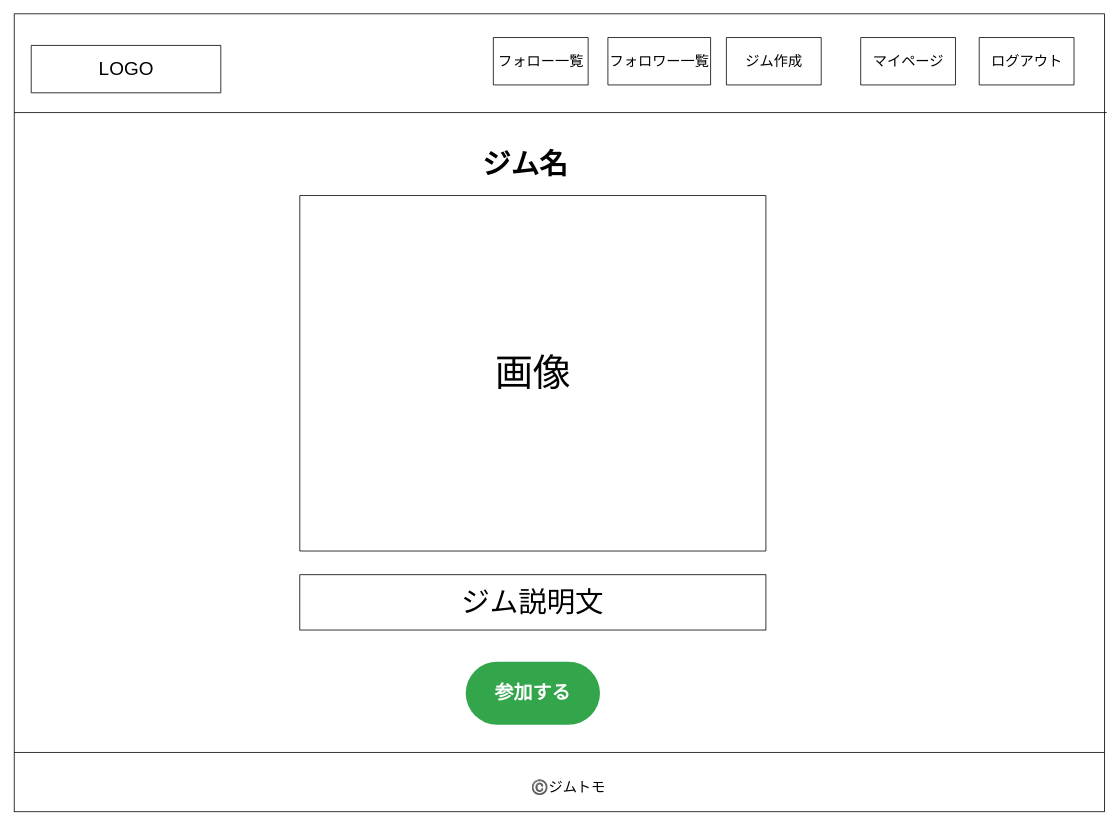
Before: page "ジム詳細" (7 of 10) of 名称未設定ファイル.drawio in 74905/kintore_app, a draw.io diagram. Source tidied: cells renumbered, new cells numbered last; positions are measured from the earlier drawing's top-left corner, leaving out a move shared by most shapes. Both pictures are drawn from the tidied source at 79%, with x=0, y=0 at pixel (13, 13).
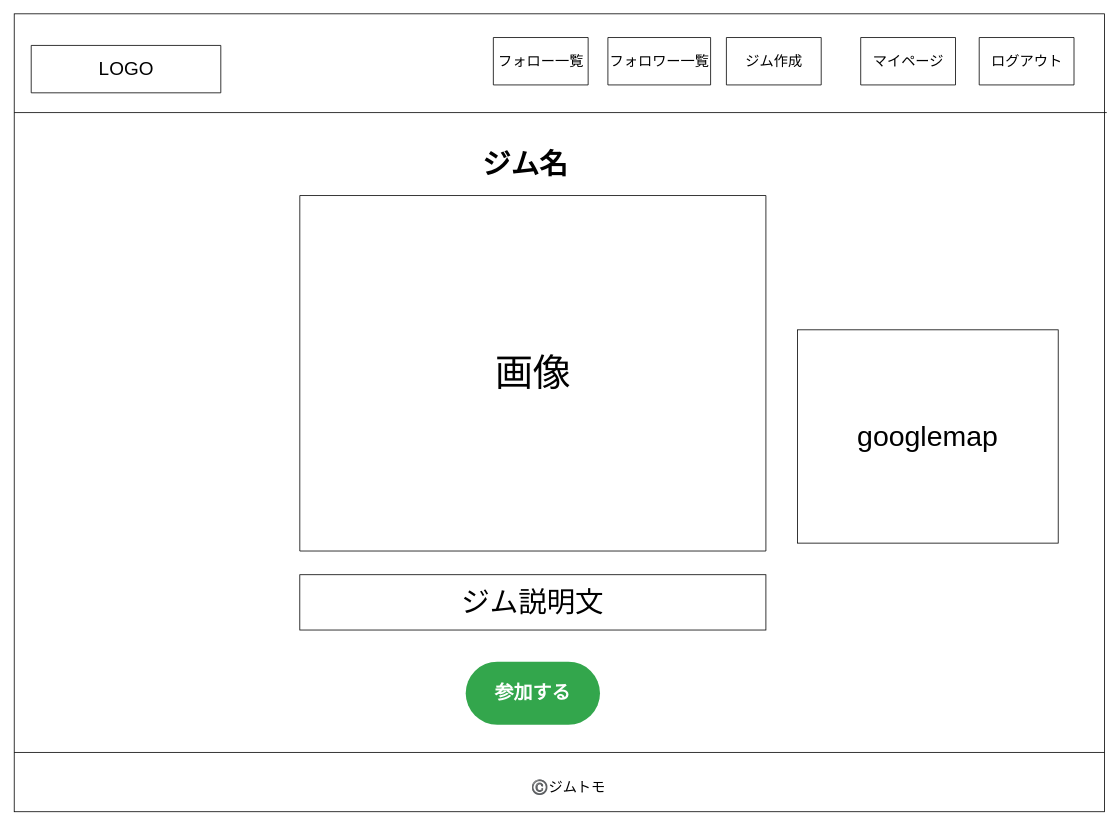
The same page after the edit.

Diff of the diagram source:
```diff
@@
 <mxGraphModel>
   <root>
     <mxCell id="0" />
     <mxCell id="1" parent="0" />
     <mxCell id="2" style="rounded=0;whiteSpace=wrap;html=1;fillColor=none;" parent="1" vertex="1">
       <mxGeometry x="0.5" width="1380" height="1010" as="geometry" />
     </mxCell>
     <mxCell id="3" style="line;strokeWidth=1;dashed=0;labelPosition=right;align=left;verticalAlign=middle;spacingTop=0;spacingLeft=6;fillColor=none;" parent="1" vertex="1">
       <mxGeometry x="0.5" y="930" width="1380" height="10" as="geometry" />
     </mxCell>
     <mxCell id="4" value="&lt;font style=&quot;font-size: 18px&quot;&gt;©️ジムトモ&lt;/font&gt;" style="text;html=1;strokeColor=none;fillColor=none;align=center;verticalAlign=middle;whiteSpace=wrap;rounded=0;" parent="1" vertex="1">
       <mxGeometry x="642" y="970" width="120" height="20" as="geometry" />
     </mxCell>
     <mxCell id="5" style="line;strokeWidth=1;dashed=0;labelPosition=right;align=left;verticalAlign=middle;spacingTop=0;spacingLeft=6;fillColor=none;" parent="1" vertex="1">
       <mxGeometry x="0.5" y="120" width="1383" height="10" as="geometry" />
     </mxCell>
     <mxCell id="6" value="&lt;font style=&quot;font-size: 24px&quot;&gt;LOGO&lt;/font&gt;" style="verticalLabelPosition=middle;verticalAlign=middle;html=1;shape=mxgraph.basic.rect;fillColor2=none;strokeWidth=1;size=20;indent=5;align=center;labelPosition=center;" parent="1" vertex="1">
       <mxGeometry x="22" y="40" width="240" height="60" as="geometry" />
     </mxCell>
     <mxCell id="7" value="&lt;span style=&quot;font-size: 18px&quot;&gt;ジム作成&lt;/span&gt;" style="verticalLabelPosition=middle;verticalAlign=middle;html=1;shape=mxgraph.basic.rect;fillColor2=none;strokeWidth=1;size=20;indent=5;align=center;labelPosition=center;" parent="1" vertex="1">
       <mxGeometry x="902" y="30" width="120" height="60" as="geometry" />
     </mxCell>
     <mxCell id="8" value="&lt;span style=&quot;font-size: 18px&quot;&gt;マイページ&lt;/span&gt;" style="verticalLabelPosition=middle;verticalAlign=middle;html=1;shape=mxgraph.basic.rect;fillColor2=none;strokeWidth=1;size=20;indent=5;align=center;labelPosition=center;" parent="1" vertex="1">
       <mxGeometry x="1072" y="30" width="120" height="60" as="geometry" />
     </mxCell>
     <mxCell id="9" value="&lt;span style=&quot;font-size: 18px&quot;&gt;ログアウト&lt;br&gt;&lt;/span&gt;" style="verticalLabelPosition=middle;verticalAlign=middle;html=1;shape=mxgraph.basic.rect;fillColor2=none;strokeWidth=1;size=20;indent=5;align=center;labelPosition=center;" parent="1" vertex="1">
       <mxGeometry x="1222" y="30" width="120" height="60" as="geometry" />
     </mxCell>
     <mxCell id="10" value="&lt;font style=&quot;font-size: 48px&quot;&gt;画像&lt;/font&gt;" style="verticalLabelPosition=middle;verticalAlign=middle;html=1;shape=mxgraph.basic.rect;fillColor2=none;strokeWidth=1;size=20;indent=5;rounded=0;sketch=0;labelPosition=center;align=center;" parent="1" vertex="1">
       <mxGeometry x="362" y="230" width="590" height="450" as="geometry" />
     </mxCell>
     <mxCell id="11" value="&lt;font style=&quot;font-size: 36px&quot;&gt;ジム名&lt;/font&gt;" style="text;strokeColor=none;fillColor=none;html=1;fontSize=24;fontStyle=1;verticalAlign=middle;align=center;rounded=0;sketch=0;" parent="1" vertex="1">
       <mxGeometry x="522" y="170" width="250" height="40" as="geometry" />
     </mxCell>
     <mxCell id="12" value="&lt;font style=&quot;font-size: 36px&quot;&gt;ジム説明文&lt;/font&gt;" style="rounded=0;whiteSpace=wrap;html=1;sketch=0;fillColor=none;" parent="1" vertex="1">
       <mxGeometry x="362" y="710" width="590" height="70" as="geometry" />
     </mxCell>
     <mxCell id="13" value="&lt;font style=&quot;font-size: 24px&quot;&gt;参加&lt;/font&gt;&lt;font style=&quot;font-size: 24px&quot;&gt;する&lt;/font&gt;" style="rounded=1;whiteSpace=wrap;html=1;arcSize=50;strokeColor=none;strokeWidth=1;fillColor=#33A64C;fontColor=#FFFFFF;whiteSpace=wrap;align=center;verticalAlign=middle;spacingLeft=0;fontStyle=1;fontSize=14;spacing=10;sketch=0;" parent="1" vertex="1">
       <mxGeometry x="572" y="820" width="170" height="80" as="geometry" />
     </mxCell>
     <mxCell id="14" value="&lt;span style=&quot;font-size: 18px&quot;&gt;フォロワー一覧&lt;/span&gt;" style="verticalLabelPosition=middle;verticalAlign=middle;html=1;shape=mxgraph.basic.rect;fillColor2=none;strokeWidth=1;size=20;indent=5;align=center;labelPosition=center;" parent="1" vertex="1">
       <mxGeometry x="752" y="30" width="130" height="60" as="geometry" />
     </mxCell>
     <mxCell id="15" value="&lt;span style=&quot;font-size: 18px&quot;&gt;フォロー一覧&lt;br&gt;&lt;/span&gt;" style="verticalLabelPosition=middle;verticalAlign=middle;html=1;shape=mxgraph.basic.rect;fillColor2=none;strokeWidth=1;size=20;indent=5;align=center;labelPosition=center;" parent="1" vertex="1">
       <mxGeometry x="607" y="30" width="120" height="60" as="geometry" />
     </mxCell>
+    <mxCell id="16" value="&lt;font style=&quot;font-size: 36px&quot;&gt;googlemap&lt;/font&gt;" style="rounded=0;whiteSpace=wrap;html=1;sketch=0;fillColor=#ffffff;" parent="1" vertex="1">
+      <mxGeometry x="992" y="400" width="330" height="270" as="geometry" />
+    </mxCell>
   </root>
 </mxGraphModel>
```
